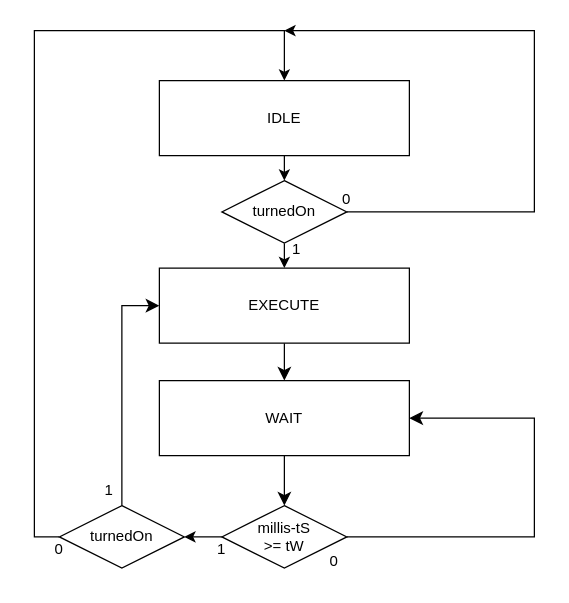
Before: DiagramaDeEstados.drawio in Dexiis/FSO-TP1, a draw.io diagram. Source tidied: cells renumbered, new cells numbered last; positions are measured from the earlier drawing's top-left corner, leaving out a move shared by most shapes. Both pictures are drawn from the tidied source at 125%, with x=0, y=0 at pixel (21, 30).
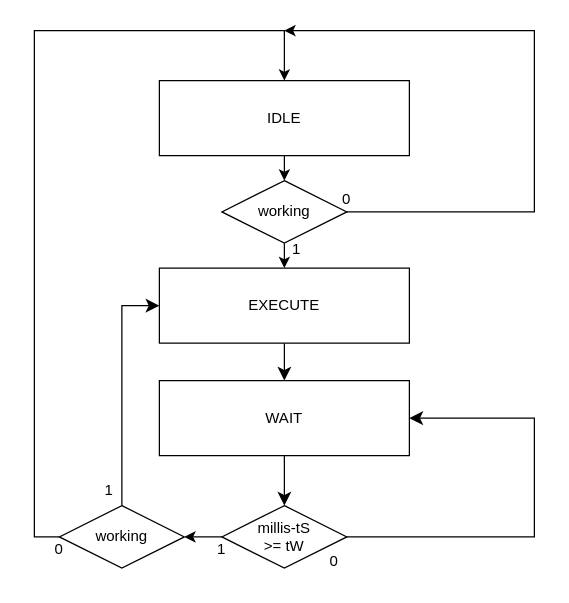
After the change.

Commit message (it also covers changes not shown here):
Diagrama de Estados Atualizado

What changed in the source:
```diff
@@
-    <mxCell id="19" value="turnedOn" style="text;html=1;align=center;verticalAlign=middle;whiteSpace=wrap;rounded=0;" parent="1" vertex="1">
+    <mxCell id="19" value="working" style="text;html=1;align=center;verticalAlign=middle;whiteSpace=wrap;rounded=0;" parent="1" vertex="1">
       <mxGeometry x="50" y="390" width="60" height="30" as="geometry" />
     </mxCell>
@@
-    <mxCell id="27" value="turnedOn" style="text;html=1;align=center;verticalAlign=middle;whiteSpace=wrap;rounded=0;" parent="1" vertex="1">
+    <mxCell id="27" value="working" style="text;html=1;align=center;verticalAlign=middle;whiteSpace=wrap;rounded=0;" parent="1" vertex="1">
       <mxGeometry x="180" y="130" width="60" height="30" as="geometry" />
     </mxCell>
```
